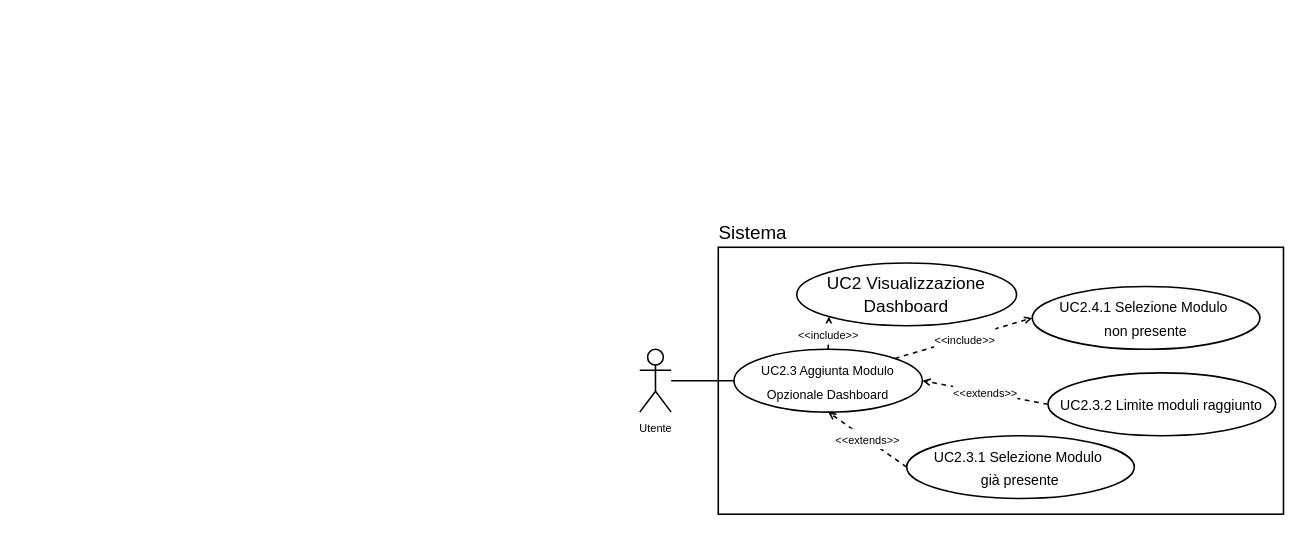
The draw.io diagram 2-RTB/Analisi_dei_requisiti/draw.io/UC2.3.drawio in SnakeByteTeam/snakebyteteam.github.io, before the edit. Source tidied: cells renumbered, new cells numbered last; positions are measured from the earlier drawing's top-left corner, leaving out a move shared by most shapes. Both pictures are drawn from the tidied source at 157%, with x=0, y=0 at pixel (639, 246).
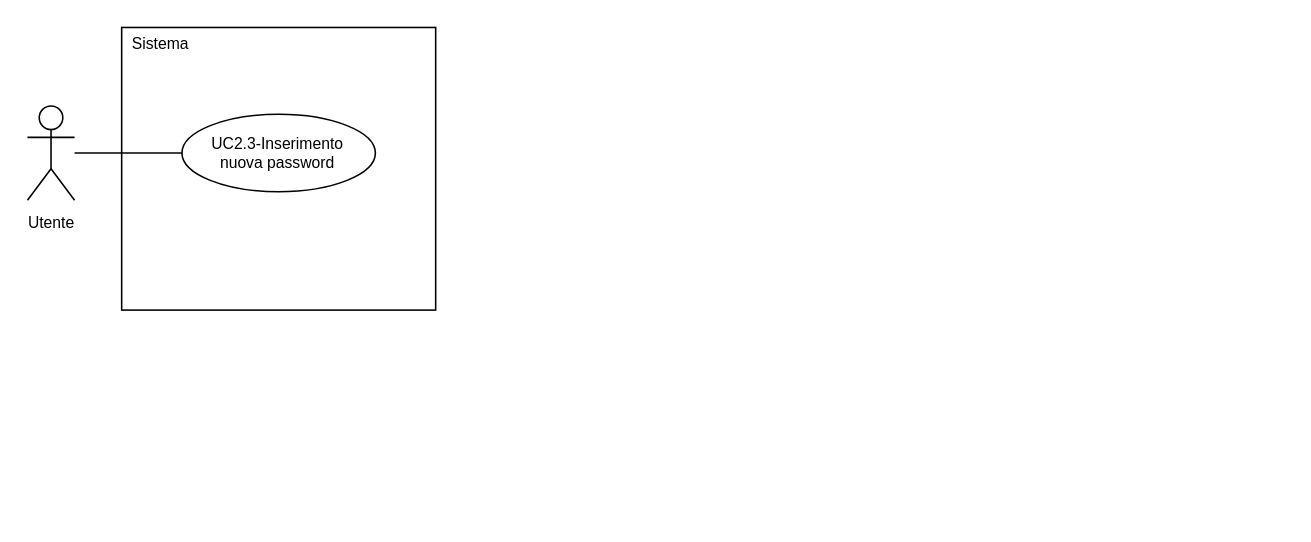
The same diagram, later.

Change to the diagram source:
```diff
@@
 <mxGraphModel>
   <root>
     <mxCell id="0" />
     <mxCell id="1" parent="0" />
-    <mxCell id="2" value="&lt;div&gt;Utente&lt;/div&gt;" style="shape=umlActor;verticalLabelPosition=bottom;verticalAlign=top;html=1;outlineConnect=0;fillColor=none;fontSize=7;" parent="1" vertex="1">
-      <mxGeometry y="65" width="20" height="40" as="geometry" />
+    <mxCell id="2" value="&lt;font style=&quot;font-size: 10px; line-height: 100%;&quot;&gt;Utente&lt;/font&gt;" style="shape=umlActor;verticalLabelPosition=bottom;verticalAlign=top;html=1;outlineConnect=0;" parent="1" vertex="1">
+      <mxGeometry x="-390" y="-90" width="30" height="60" as="geometry" />
     </mxCell>
+    <mxCell id="14" style="rounded=0;whiteSpace=wrap;html=1;" parent="1" vertex="1">
+      <mxGeometry x="-330" y="-140" width="200" height="180" as="geometry" />
+    </mxCell>
+    <mxCell id="15" style="edgeStyle=orthogonalEdgeStyle;rounded=0;jettySize=auto;html=1;exitX=0;exitY=0.5;exitDx=0;exitDy=0;endArrow=none;endFill=0;" parent="1" edge="1" source="16" target="2">
+      <mxGeometry relative="1" as="geometry" />
+    </mxCell>
+    <mxCell id="16" value="&lt;div style=&quot;line-height: 100%;&quot;&gt;&lt;div&gt;&lt;font style=&quot;line-height: 100%; font-size: 10px;&quot;&gt;UC2.3-Inserimento&lt;/font&gt;&lt;/div&gt;&lt;div&gt;&lt;span style=&quot;font-size: 10px; background-color: transparent; color: light-dark(rgb(0, 0, 0), rgb(255, 255, 255));&quot;&gt;nuova password&lt;/span&gt;&lt;/div&gt;&lt;/div&gt;" style="ellipse;whiteSpace=wrap;html=1;" parent="1" vertex="1">
+      <mxGeometry x="-291.6" y="-84.7" width="123.2" height="49.3" as="geometry" />
+    </mxCell>
-    <mxCell id="3" value="Sistema" style="html=1;whiteSpace=wrap;gradientColor=default;fillColor=none;labelPosition=left;verticalLabelPosition=top;align=right;verticalAlign=bottom;spacingTop=0;spacingLeft=0;spacingRight=-46;" parent="1" vertex="1">
-      <mxGeometry x="50" width="360" height="170" as="geometry" />
+    <mxCell id="3" value="&lt;font style=&quot;font-size: 10px;&quot;&gt;Sistema&lt;/font&gt;" style="text;html=1;whiteSpace=wrap;strokeColor=none;fillColor=none;align=center;verticalAlign=middle;rounded=0;" parent="1" vertex="1">
+      <mxGeometry x="-330" y="-140" width="50" height="20" as="geometry" />
     </mxCell>
-    <mxCell id="4" value="&lt;font style=&quot;font-size: 8px;&quot;&gt;UC2.3 Aggiunta Modulo Opzionale&amp;nbsp;&lt;/font&gt;&lt;span style=&quot;background-color: transparent; color: light-dark(rgb(0, 0, 0), rgb(255, 255, 255)); font-size: 8px;&quot;&gt;Dashboard&lt;/span&gt;" style="ellipse;whiteSpace=wrap;html=1;fillColor=none;" parent="1" vertex="1">
-      <mxGeometry x="60" y="65" width="120" height="40" as="geometry" />
-    </mxCell>
-    <mxCell id="5" style="endArrow=none;html=1;rounded=0;entryX=0;entryY=0.5;entryDx=0;entryDy=0;" parent="1" edge="1" source="2" target="4">
-      <mxGeometry relative="1" as="geometry" />
-    </mxCell>
-    <mxCell id="6" value="&lt;font style=&quot;font-size: 11px;&quot;&gt;UC2 Visualizzazione Dashboard&lt;/font&gt;" style="ellipse;whiteSpace=wrap;html=1;fillColor=none;" parent="1" vertex="1">
-      <mxGeometry x="100" y="10" width="140" height="40" as="geometry" />
-    </mxCell>
-    <mxCell id="7" value="&lt;font style=&quot;font-size: 7px;&quot;&gt;&amp;lt;&amp;lt;include&amp;gt;&amp;gt;&lt;/font&gt;" style="endArrow=open;endSize=3;dashed=1;html=1;rounded=0;exitX=0.5;exitY=0;exitDx=0;exitDy=0;entryX=0;entryY=1;entryDx=0;entryDy=0;" parent="1" edge="1" source="4" target="6">
-      <mxGeometry relative="1" as="geometry" />
-    </mxCell>
-    <mxCell id="8" value="&lt;font style=&quot;font-size: 7px;&quot;&gt;&amp;lt;&amp;lt;extends&amp;gt;&amp;gt;&lt;/font&gt;" style="endArrow=open;endSize=3;dashed=1;html=1;rounded=0;entryX=0.5;entryY=1;entryDx=0;entryDy=0;exitX=0;exitY=0.5;exitDx=0;exitDy=0;" parent="1" edge="1" source="9" target="4">
-      <mxGeometry relative="1" as="geometry" />
-    </mxCell>
-    <mxCell id="9" value="&lt;font style=&quot;font-size: 9px;&quot;&gt;UC2.3.1 Selezione Modulo&amp;nbsp;&lt;/font&gt;&lt;div&gt;&lt;font style=&quot;font-size: 9px;&quot;&gt;già presente&lt;/font&gt;&lt;/div&gt;" style="ellipse;whiteSpace=wrap;html=1;fillColor=none;" parent="1" vertex="1">
-      <mxGeometry x="170" y="120" width="145" height="40" as="geometry" />
-    </mxCell>
-    <mxCell id="10" value="&lt;font style=&quot;font-size: 9px;&quot;&gt;UC2.3.2 Limite moduli raggiunto&lt;/font&gt;" style="ellipse;whiteSpace=wrap;html=1;fillColor=none;" parent="1" vertex="1">
-      <mxGeometry x="260" y="80" width="145" height="40" as="geometry" />
-    </mxCell>
-    <mxCell id="11" value="&lt;font style=&quot;font-size: 7px;&quot;&gt;&amp;lt;&amp;lt;extends&amp;gt;&amp;gt;&lt;/font&gt;" style="endArrow=open;endSize=3;dashed=1;html=1;rounded=0;entryX=1;entryY=0.5;entryDx=0;entryDy=0;exitX=0;exitY=0.5;exitDx=0;exitDy=0;" parent="1" edge="1" source="10" target="4">
-      <mxGeometry relative="1" as="geometry" />
-    </mxCell>
-    <mxCell id="12" value="&lt;font style=&quot;font-size: 9px;&quot;&gt;UC2.4.1 Selezione Modulo&amp;nbsp;&lt;/font&gt;&lt;div&gt;&lt;font style=&quot;font-size: 9px;&quot;&gt;non presente&lt;/font&gt;&lt;/div&gt;" style="ellipse;whiteSpace=wrap;html=1;fillColor=none;" parent="1" vertex="1">
-      <mxGeometry x="250" y="25" width="145" height="40" as="geometry" />
-    </mxCell>
-    <mxCell id="13" value="&lt;font style=&quot;font-size: 7px;&quot;&gt;&amp;lt;&amp;lt;include&amp;gt;&amp;gt;&lt;/font&gt;" style="endArrow=open;endSize=3;dashed=1;html=1;rounded=0;exitX=1;exitY=0;exitDx=0;exitDy=0;entryX=0;entryY=0.5;entryDx=0;entryDy=0;" parent="1" edge="1" source="4" target="12">
-      <mxGeometry relative="1" as="geometry" />
-    </mxCell>
   </root>
 </mxGraphModel>
```
